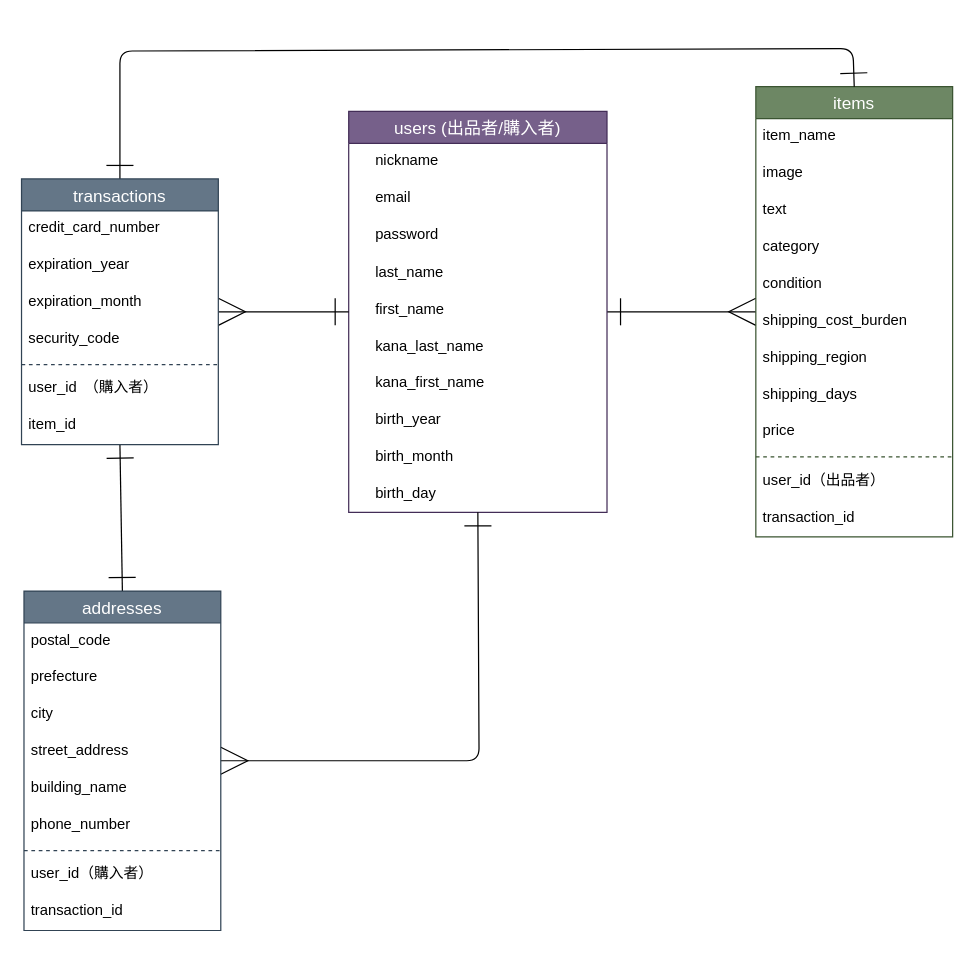
This is ER図.dio from samaimo/furima-40414, a draw.io file, before an edit. Source tidied: cells renumbered, new cells numbered last; positions are measured from the earlier drawing's top-left corner, leaving out a move shared by most shapes. Both pictures are drawn from the tidied source at 123%, with x=0, y=0 at pixel (21, 48).
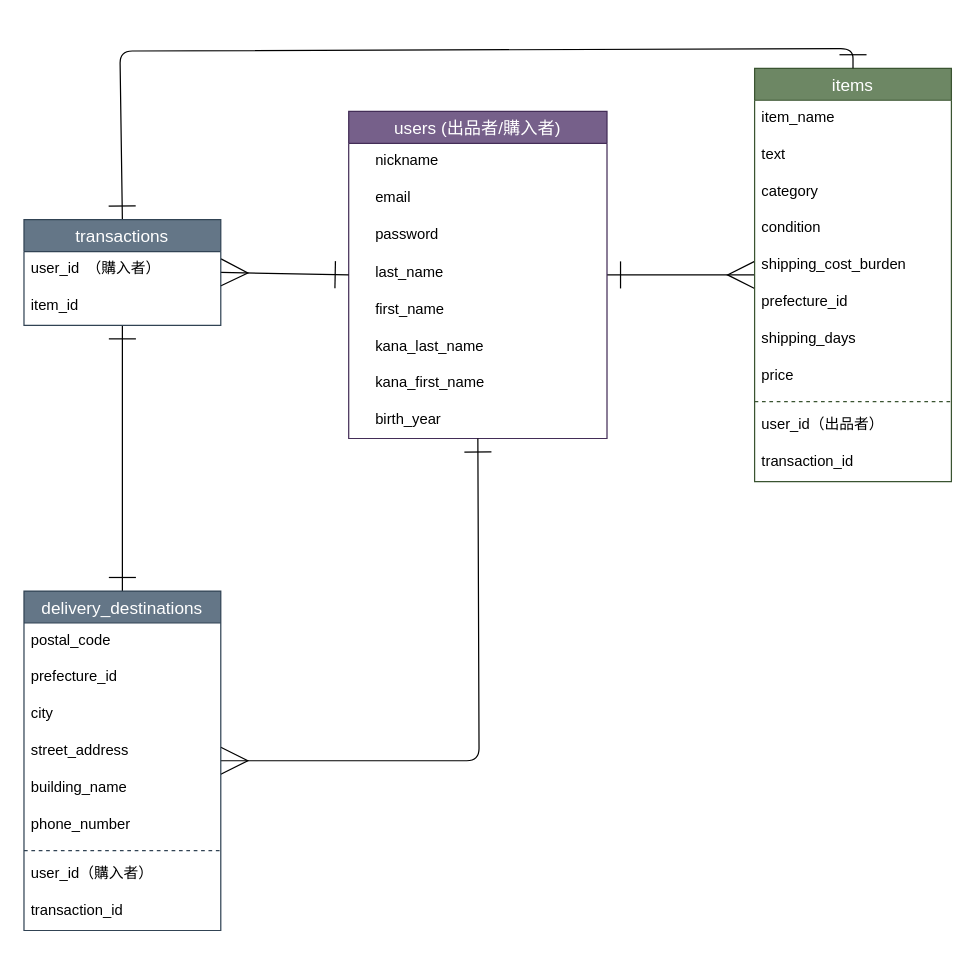
The same page after the edit.

Diff of the diagram source:
```diff
@@
     <mxCell id="3" value="users (出品者/購入者)" style="swimlane;fontStyle=0;horizontal=1;startSize=26;align=center;fontSize=14;fillColor=#76608a;fontColor=#ffffff;strokeColor=#432D57;spacingLeft=0;" parent="1" vertex="1">
-      <mxGeometry x="266" y="51" width="210" height="326" as="geometry" />
+      <mxGeometry x="266" y="51" width="210" height="266" as="geometry" />
     </mxCell>
@@
-    <mxCell id="12" value="birth_month" style="text;html=1;strokeColor=none;fillColor=none;align=left;verticalAlign=middle;whiteSpace=wrap;rounded=0;spacingLeft=20;spacingRight=0;" parent="3" vertex="1">
-      <mxGeometry y="266" width="210" height="30" as="geometry" />
-    </mxCell>
-    <mxCell id="13" value="birth_day" style="text;html=1;strokeColor=none;fillColor=none;align=left;verticalAlign=middle;whiteSpace=wrap;rounded=0;spacingLeft=20;spacingRight=0;" parent="3" vertex="1">
-      <mxGeometry y="296" width="210" height="30" as="geometry" />
-    </mxCell>
     <mxCell id="14" value="items" style="swimlane;fontStyle=0;horizontal=1;startSize=26;align=center;fontSize=14;fillColor=#6d8764;fontColor=#ffffff;strokeColor=#3A5431;" parent="1" vertex="1">
-      <mxGeometry x="597" y="31" width="160" height="366" as="geometry" />
+      <mxGeometry x="596" y="16" width="160" height="336" as="geometry" />
     </mxCell>
@@
-    <mxCell id="16" value="image" style="text;strokeColor=none;fillColor=none;spacingLeft=4;spacingRight=4;overflow=hidden;fontSize=12;" parent="14" vertex="1">
-      <mxGeometry y="56" width="160" height="30" as="geometry" />
-    </mxCell>
     <mxCell id="17" value="text" style="text;strokeColor=none;fillColor=none;spacingLeft=4;spacingRight=4;overflow=hidden;fontSize=12;" parent="14" vertex="1">
-      <mxGeometry y="86" width="160" height="30" as="geometry" />
+      <mxGeometry y="56" width="160" height="30" as="geometry" />
     </mxCell>
     <mxCell id="18" value="category" style="text;strokeColor=none;fillColor=none;spacingLeft=4;spacingRight=4;overflow=hidden;fontSize=12;" parent="14" vertex="1">
-      <mxGeometry y="116" width="160" height="30" as="geometry" />
+      <mxGeometry y="86" width="160" height="30" as="geometry" />
     </mxCell>
     <mxCell id="19" value="condition" style="text;strokeColor=none;fillColor=none;spacingLeft=4;spacingRight=4;overflow=hidden;fontSize=12;" parent="14" vertex="1">
-      <mxGeometry y="146" width="160" height="30" as="geometry" />
+      <mxGeometry y="116" width="160" height="30" as="geometry" />
     </mxCell>
     <mxCell id="20" value="shipping_cost_burden" style="text;strokeColor=none;fillColor=none;spacingLeft=4;spacingRight=4;overflow=hidden;fontSize=12;" parent="14" vertex="1">
-      <mxGeometry y="176" width="160" height="30" as="geometry" />
+      <mxGeometry y="146" width="160" height="30" as="geometry" />
     </mxCell>
-    <mxCell id="21" value="shipping_region" style="text;strokeColor=none;fillColor=none;spacingLeft=4;spacingRight=4;overflow=hidden;fontSize=12;" parent="14" vertex="1">
-      <mxGeometry y="206" width="160" height="30" as="geometry" />
+    <mxCell id="21" value="prefecture_id" style="text;strokeColor=none;fillColor=none;spacingLeft=4;spacingRight=4;overflow=hidden;fontSize=12;" parent="14" vertex="1">
+      <mxGeometry y="176" width="160" height="30" as="geometry" />
     </mxCell>
     <mxCell id="22" value="shipping_days" style="text;strokeColor=none;fillColor=none;spacingLeft=4;spacingRight=4;overflow=hidden;fontSize=12;" parent="14" vertex="1">
-      <mxGeometry y="236" width="160" height="30" as="geometry" />
+      <mxGeometry y="206" width="160" height="30" as="geometry" />
     </mxCell>
     <mxCell id="23" value="price" style="text;strokeColor=none;fillColor=none;spacingLeft=4;spacingRight=4;overflow=hidden;fontSize=12;" parent="14" vertex="1">
-      <mxGeometry y="266" width="160" height="30" as="geometry" />
+      <mxGeometry y="236" width="160" height="30" as="geometry" />
     </mxCell>
     <mxCell id="24" style="line;strokeWidth=1;dashed=1;labelPosition=right;align=left;verticalAlign=middle;spacingTop=0;spacingLeft=6;fillColor=#6d8764;fontColor=#ffffff;strokeColor=#3A5431;" parent="14" vertex="1">
-      <mxGeometry y="296" width="160" height="10" as="geometry" />
+      <mxGeometry y="266" width="160" height="10" as="geometry" />
     </mxCell>
     <mxCell id="25" value="user_id（出品者）" style="text;strokeColor=none;fillColor=none;spacingLeft=4;spacingRight=4;overflow=hidden;fontSize=12;" parent="14" vertex="1">
-      <mxGeometry y="306" width="160" height="30" as="geometry" />
+      <mxGeometry y="276" width="160" height="30" as="geometry" />
     </mxCell>
     <mxCell id="26" value="transaction_id" style="text;strokeColor=none;fillColor=none;spacingLeft=4;spacingRight=4;overflow=hidden;fontSize=12;" parent="14" vertex="1">
-      <mxGeometry y="336" width="160" height="30" as="geometry" />
+      <mxGeometry y="306" width="160" height="30" as="geometry" />
     </mxCell>
@@
     <mxCell id="30" value="transactions" style="swimlane;fontStyle=0;horizontal=1;startSize=26;align=center;fontSize=14;fillColor=#647687;fontColor=#ffffff;strokeColor=#314354;" parent="1" vertex="1">
-      <mxGeometry y="106" width="160" height="216" as="geometry" />
+      <mxGeometry x="2" y="139" width="160" height="86" as="geometry" />
     </mxCell>
-    <mxCell id="31" value="credit_card_number" style="text;strokeColor=none;fillColor=none;spacingLeft=4;spacingRight=4;overflow=hidden;fontSize=12;" parent="30" vertex="1">
-      <mxGeometry y="26" width="160" height="30" as="geometry" />
-    </mxCell>
-    <mxCell id="32" value="expiration_year" style="text;strokeColor=none;fillColor=none;spacingLeft=4;spacingRight=4;overflow=hidden;fontSize=12;" parent="30" vertex="1">
-      <mxGeometry y="56" width="160" height="30" as="geometry" />
-    </mxCell>
-    <mxCell id="33" value="expiration_month" style="text;strokeColor=none;fillColor=none;spacingLeft=4;spacingRight=4;overflow=hidden;fontSize=12;" parent="30" vertex="1">
-      <mxGeometry y="86" width="160" height="30" as="geometry" />
-    </mxCell>
-    <mxCell id="34" value="security_code" style="text;strokeColor=none;fillColor=none;spacingLeft=4;spacingRight=4;overflow=hidden;fontSize=12;" parent="30" vertex="1">
-      <mxGeometry y="116" width="160" height="30" as="geometry" />
-    </mxCell>
-    <mxCell id="35" style="line;strokeWidth=1;dashed=1;labelPosition=right;align=left;verticalAlign=middle;spacingTop=0;spacingLeft=6;fillColor=#647687;fontColor=#ffffff;strokeColor=#314354;" parent="30" vertex="1">
-      <mxGeometry y="146" width="160" height="10" as="geometry" />
-    </mxCell>
     <mxCell id="36" value="user_id　（購入者）" style="text;strokeColor=none;fillColor=none;spacingLeft=4;spacingRight=4;overflow=hidden;fontSize=12;" parent="30" vertex="1">
-      <mxGeometry y="156" width="160" height="30" as="geometry" />
+      <mxGeometry y="26" width="160" height="30" as="geometry" />
     </mxCell>
     <mxCell id="37" value="item_id" style="text;strokeColor=none;fillColor=none;spacingLeft=4;spacingRight=4;overflow=hidden;fontSize=12;" parent="30" vertex="1">
-      <mxGeometry y="186" width="160" height="30" as="geometry" />
+      <mxGeometry y="56" width="160" height="30" as="geometry" />
     </mxCell>
@@
-    <mxCell id="39" value="addresses" style="swimlane;fontStyle=0;horizontal=1;startSize=26;align=center;fontSize=14;fillColor=#647687;fontColor=#ffffff;strokeColor=#314354;" parent="1" vertex="1">
+    <mxCell id="39" value="delivery_destinations" style="swimlane;fontStyle=0;horizontal=1;startSize=26;align=center;fontSize=14;fillColor=#647687;fontColor=#ffffff;strokeColor=#314354;" parent="1" vertex="1">
       <mxGeometry x="2" y="441" width="160" height="276" as="geometry" />
     </mxCell>
@@
-    <mxCell id="41" value="prefecture&#10;" style="text;strokeColor=none;fillColor=none;spacingLeft=4;spacingRight=4;overflow=hidden;fontSize=12;" parent="39" vertex="1">
+    <mxCell id="41" value="prefecture_id" style="text;strokeColor=none;fillColor=none;spacingLeft=4;spacingRight=4;overflow=hidden;fontSize=12;" parent="39" vertex="1">
       <mxGeometry y="56" width="160" height="30" as="geometry" />
     </mxCell>
```
